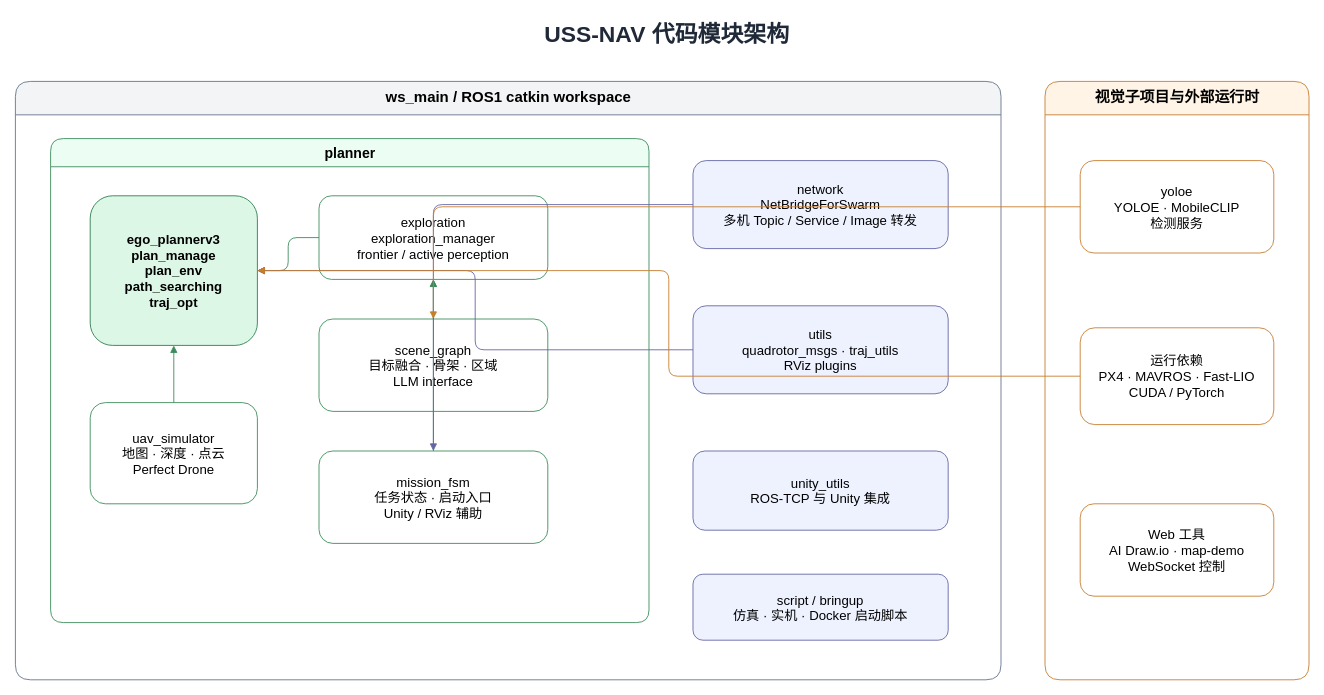
Above: page "模块架构" (2 of 3) of tools/ai-drawio/uss-nav.drawio in WarriorHanamy/uss-nav (draw.io), before the change. Source tidied: cells renumbered, new cells numbered last; positions are measured from the earlier drawing's top-left corner, leaving out a move shared by most shapes. Both pictures are drawn from the tidied source at 88%, with x=0, y=0 at pixel (15, 15).
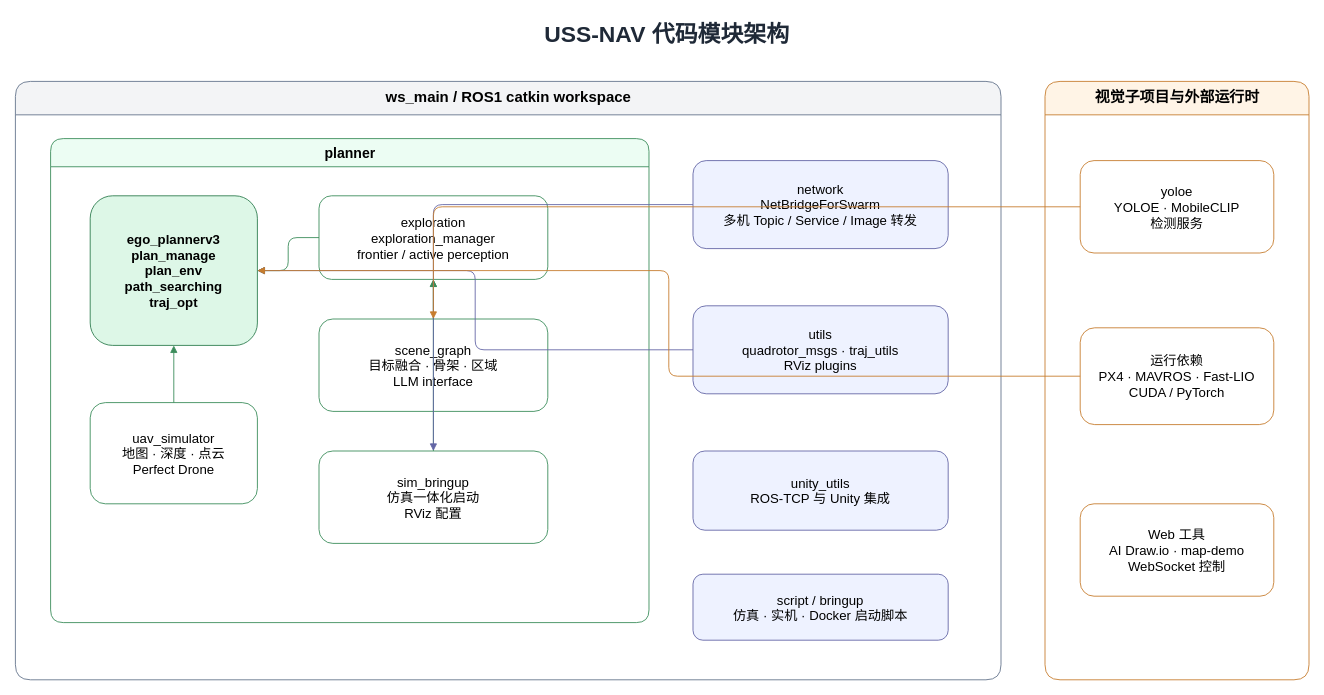
The same diagram, later.

Commit message (it also covers changes not shown here):
docs: Replace mission_fsm with sim_bringup as unified sim entry

What changed in the source:
```diff
@@
-    <mxCell id="8" value="mission_fsm&#10;任务状态 · 启动入口&#10;Unity / RViz 辅助" style="rounded=1;whiteSpace=wrap;html=1;fillColor=#FFFFFF;strokeColor=#3B8C5A;fontSize=15;" parent="1" vertex="1">
+    <mxCell id="8" value="sim_bringup&#10;仿真一体化启动&#10;RViz 配置" style="rounded=1;whiteSpace=wrap;html=1;fillColor=#FFFFFF;strokeColor=#3B8C5A;fontSize=15;" parent="1" vertex="1">
       <mxGeometry x="345" y="495" width="260" height="105" as="geometry" />
     </mxCell>
```
